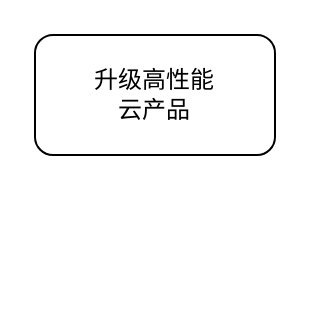
The draw.io diagram 升级流程.drawio in ChenFanTony/iodraw-files, before the edit. Source tidied: cells renumbered, new cells numbered last; positions are measured from the earlier drawing's top-left corner, leaving out a move shared by most shapes. Both pictures are drawn from the tidied source at 200%, with x=0, y=0 at pixel (34, 34).
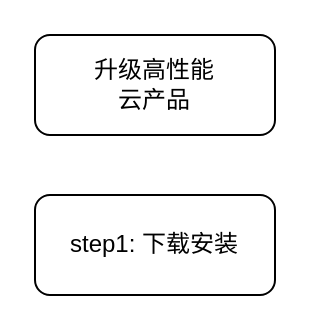
Above is the later version.

Commit message (it also covers changes not shown here):
更新升级流程.drawio

The edit, as a diff of the source:
```diff
@@
 <mxGraphModel>
   <root>
     <mxCell id="0" />
     <mxCell id="1" parent="0" />
     <mxCell id="2" value="升级高性能&lt;div&gt;云产品&lt;/div&gt;" style="rounded=1;whiteSpace=wrap;html=1;" parent="1" vertex="1">
-      <mxGeometry width="120" height="60" as="geometry" />
+      <mxGeometry width="120" height="50" as="geometry" />
     </mxCell>
+    <mxCell id="3" value="step1: 下载安装" style="rounded=1;whiteSpace=wrap;html=1;" parent="1" vertex="1">
+      <mxGeometry y="80" width="120" height="50" as="geometry" />
+    </mxCell>
   </root>
 </mxGraphModel>
```
